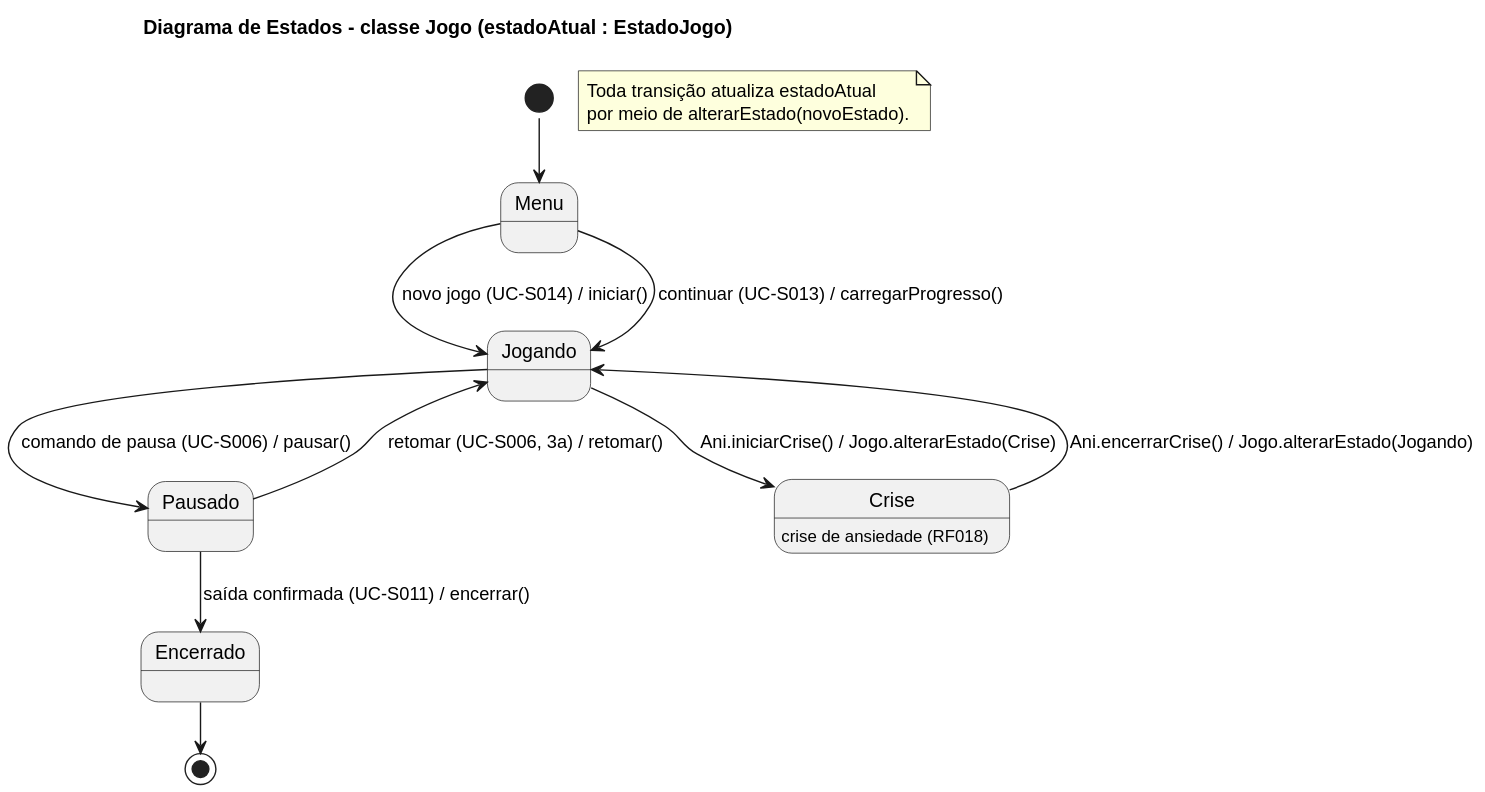
Earlier version of the PlantUML export docs/diagramas/estados-jogo.svg (omatheusfaria/Ani).
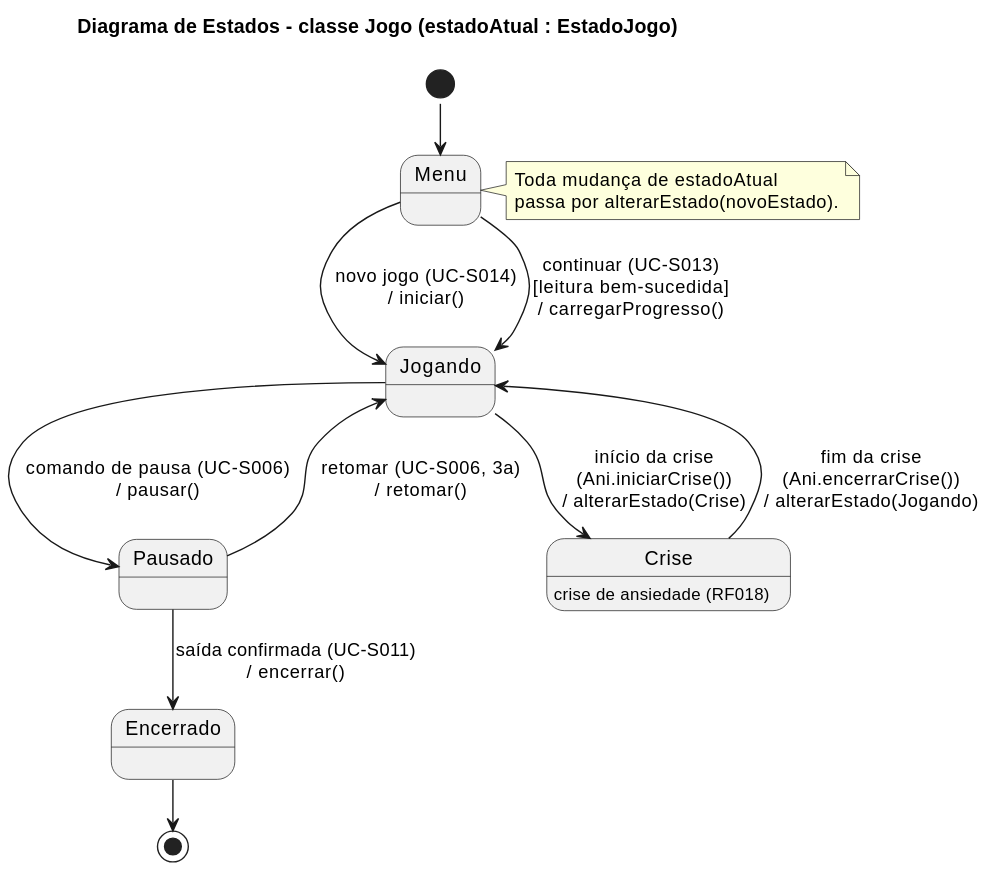
The same file after the commit.

What changed in the source:
```diff
@@ -9,14 +9,17 @@
 state "Encerrado" as Encerrado
 
 [*] --> Menu
-Menu --> Jogando : novo jogo (UC-S014) / iniciar()
-Menu --> Jogando : continuar (UC-S013) / carregarProgresso()
-Jogando --> Pausado : comando de pausa (UC-S006) / pausar()
-Pausado --> Jogando : retomar (UC-S006, 3a) / retomar()
-Jogando --> Crise : Ani.iniciarCrise() / Jogo.alterarEstado(Crise)
-Crise --> Jogando : Ani.encerrarCrise() / Jogo.alterarEstado(Jogando)
-Pausado --> Encerrado : saída confirmada (UC-S011) / encerrar()
+Menu --> Jogando : novo jogo (UC-S014)\n/ iniciar()
+Menu --> Jogando : continuar (UC-S013)\n[leitura bem-sucedida]\n/ carregarProgresso()
+Jogando --> Pausado : comando de pausa (UC-S006)\n/ pausar()
+Pausado --> Jogando : retomar (UC-S006, 3a)\n/ retomar()
+Jogando --> Crise : início da crise\n(Ani.iniciarCrise())\n/ alterarEstado(Crise)
+Crise --> Jogando : fim da crise\n(Ani.encerrarCrise())\n/ alterarEstado(Jogando)
+Pausado --> Encerrado : saída confirmada (UC-S011)\n/ encerrar()
 Encerrado --> [*]
 
-note "Toda transição atualiza estadoAtual\npor meio de alterarEstado(novoEstado)." as N1
+note right of Menu
+  Toda mudança de estadoAtual
+  passa por alterarEstado(novoEstado).
+end note
 @enduml
```
